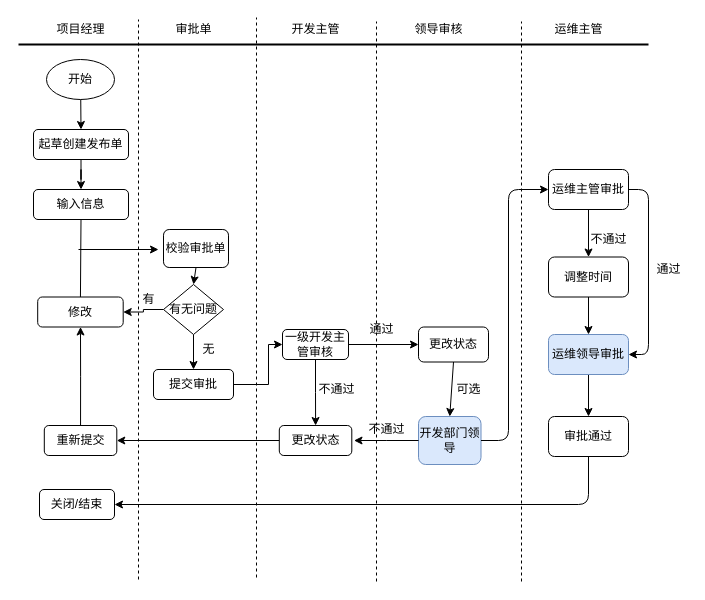
The draw.io diagram src/com/cupd/sharon/Untitled Diagram.drawio in sharonwq/sharon_test, before the edit. Source tidied: cells renumbered, new cells numbered last; positions are measured from the earlier drawing's top-left corner, leaving out a move shared by most shapes. Both pictures are drawn from the tidied source at 100%, with x=0, y=0 at pixel (18, 17).
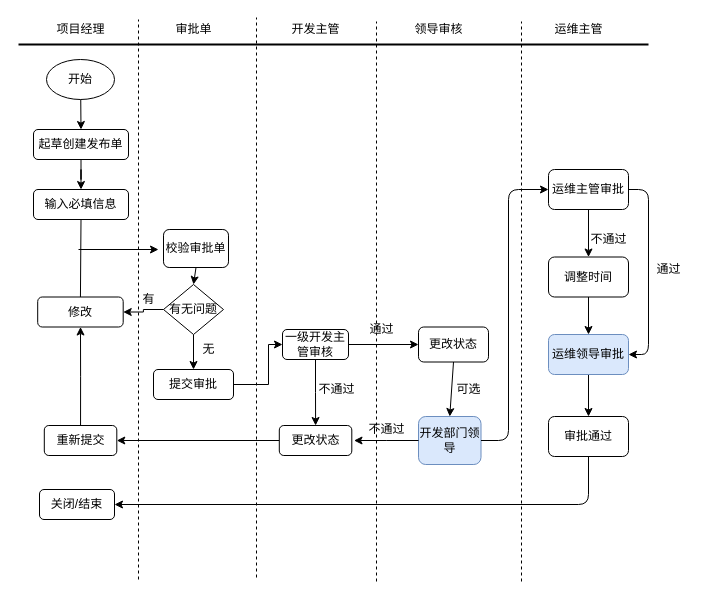
After the change.

Change to the diagram source:
```diff
@@
-    <mxCell id="11" value="输入信息" style="rounded=1;whiteSpace=wrap;html=1;" parent="1" vertex="1">
+    <mxCell id="11" value="输入必填信息" style="rounded=1;whiteSpace=wrap;html=1;" parent="1" vertex="1">
       <mxGeometry x="15" y="172" width="95" height="30" as="geometry" />
     </mxCell>
```
